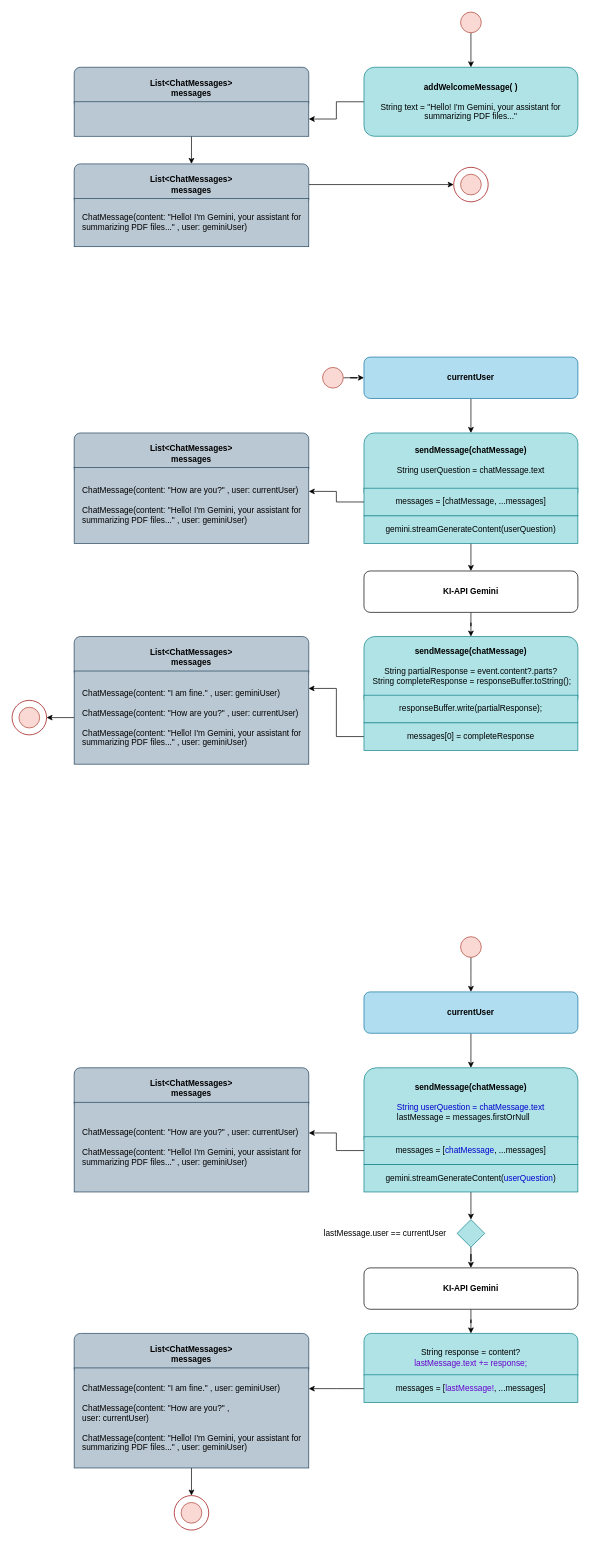
This is Doku/Send-Message.drawio from Zisu32/PDF-Summarizer, a draw.io file, before an edit. Source tidied: cells renumbered, new cells numbered last; positions are measured from the earlier drawing's top-left corner, leaving out a move shared by most shapes. Both pictures are drawn from the tidied source at 69%, with x=0, y=0 at pixel (12, 12).
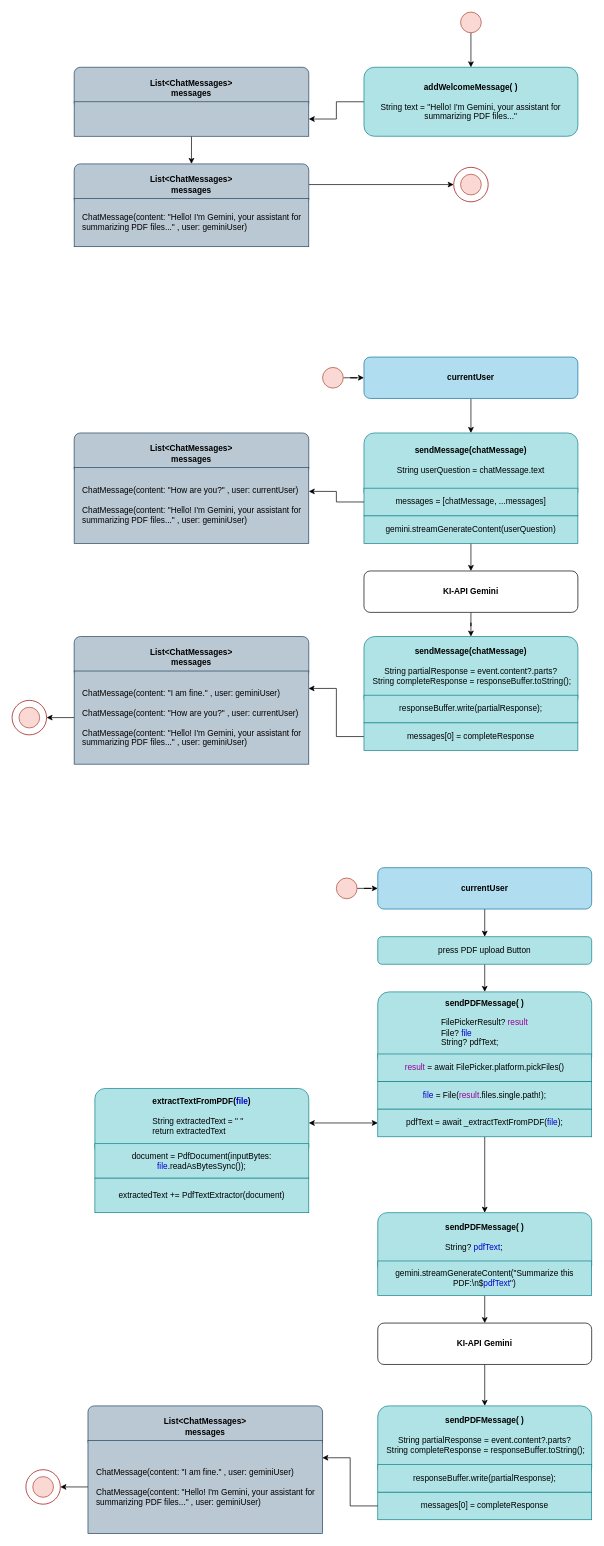
The same page after the edit.

Commit message (it also covers changes not shown here):
fix lastmessage deletion

Diff of the diagram source:
```diff
@@
-    <mxCell id="35" style="ellipse;whiteSpace=wrap;html=1;fillColor=#fad9d5;strokeColor=#ae4132;" parent="1" vertex="1">
-      <mxGeometry x="245" y="2160" width="30" height="30" as="geometry" />
-    </mxCell>
-    <mxCell id="36" style="ellipse;whiteSpace=wrap;html=1;fillColor=none;strokeColor=#990000;" parent="1" vertex="1">
-      <mxGeometry x="235" y="2150" width="50" height="50" as="geometry" />
-    </mxCell>
-    <mxCell id="37" style="edgeStyle=orthogonalEdgeStyle;rounded=0;jettySize=auto;html=1;entryX=0.5;entryY=0;entryDx=0;entryDy=0;" parent="1" edge="1" source="38" target="39">
-      <mxGeometry relative="1" as="geometry" />
-    </mxCell>
+    <mxCell id="59" value="&lt;div style=&quot;text-align: left;&quot;&gt;&lt;font style=&quot;color: rgb(0, 0, 0);&quot;&gt;responseBuffer.write(&lt;font&gt;partialResponse&lt;/font&gt;);&lt;/font&gt;&lt;/div&gt;" style="rounded=0;whiteSpace=wrap;html=1;fillColor=#b0e3e6;strokeColor=#0e8088;" parent="1" vertex="1">
+      <mxGeometry x="510" y="990" width="310" height="40" as="geometry" />
+    </mxCell>
+    <mxCell id="60" style="edgeStyle=orthogonalEdgeStyle;rounded=0;jettySize=auto;html=1;entryX=0.5;entryY=0;entryDx=0;entryDy=0;" parent="1" edge="1" source="38" target="67">
+      <mxGeometry relative="1" as="geometry" />
+    </mxCell>
     <mxCell id="38" value="&lt;div&gt;&lt;b&gt;currentUser&lt;/b&gt;&lt;/div&gt;" style="rounded=1;whiteSpace=wrap;html=1;fillColor=#b1ddf0;strokeColor=#10739e;" parent="1" vertex="1">
-      <mxGeometry x="510" y="1420" width="310" height="60" as="geometry" />
+      <mxGeometry x="530" y="1240" width="310" height="60" as="geometry" />
     </mxCell>
-    <mxCell id="39" value="&lt;div&gt;&lt;b&gt;sendMessage(chatMessage)&lt;br&gt;&lt;/b&gt;&lt;br&gt;&lt;div style=&quot;text-align: left;&quot;&gt;&lt;span style=&quot;background-color: transparent;&quot;&gt;&lt;font style=&quot;color: rgb(0, 0, 204);&quot;&gt;String userQuestion = chatMessage.text&lt;/font&gt;&lt;/span&gt;&lt;/div&gt;&lt;/div&gt;&lt;div style=&quot;text-align: left;&quot;&gt;&lt;span style=&quot;background-color: transparent;&quot;&gt;lastMessage = messages.firstOrNull&lt;/span&gt;&lt;/div&gt;" style="rounded=1;whiteSpace=wrap;html=1;fillColor=#b0e3e6;strokeColor=#0e8088;spacingBottom=20;" parent="1" vertex="1">
-      <mxGeometry x="510" y="1530" width="310" height="120" as="geometry" />
-    </mxCell>
-    <mxCell id="40" style="edgeStyle=orthogonalEdgeStyle;rounded=0;jettySize=auto;html=1;entryX=0.5;entryY=0;entryDx=0;entryDy=0;" parent="1" edge="1" source="41" target="57">
-      <mxGeometry relative="1" as="geometry" />
-    </mxCell>
-    <mxCell id="41" value="gemini.streamGenerateContent(&lt;font style=&quot;color: rgb(0, 0, 204);&quot;&gt;userQuestion&lt;/font&gt;)" style="rounded=0;whiteSpace=wrap;html=1;fillColor=#b0e3e6;strokeColor=#0e8088;" parent="1" vertex="1">
-      <mxGeometry x="510" y="1670" width="310" height="40" as="geometry" />
-    </mxCell>
-    <mxCell id="42" value="&lt;b&gt;List&amp;lt;ChatMessages&amp;gt;&lt;/b&gt;&lt;div&gt;&lt;b&gt;messages&lt;/b&gt;&lt;/div&gt;" style="rounded=1;whiteSpace=wrap;html=1;fillColor=#bac8d3;strokeColor=#23445d;" parent="1" vertex="1">
-      <mxGeometry x="90" y="1915" width="340" height="60" as="geometry" />
-    </mxCell>
-    <mxCell id="43" style="edgeStyle=orthogonalEdgeStyle;rounded=0;jettySize=auto;html=1;entryX=0.5;entryY=0;entryDx=0;entryDy=0;" parent="1" edge="1" source="44" target="36">
-      <mxGeometry relative="1" as="geometry" />
-    </mxCell>
-    <mxCell id="44" value="&lt;div&gt;&lt;span style=&quot;background-color: transparent; color: light-dark(rgb(0, 0, 0), rgb(255, 255, 255));&quot;&gt;ChatMessage(content: &quot;I am fine.&quot; , user: geminiUser)&lt;/span&gt;&lt;/div&gt;&lt;div&gt;&lt;br&gt;&lt;/div&gt;ChatMessage(content: &quot;How are you?&quot; ,&lt;br&gt;user: currentUser)&lt;div&gt;&lt;br&gt;&lt;/div&gt;&lt;div&gt;ChatMessage(content: &quot;Hello! I'm Gemini, your assistant for summarizing PDF files...&quot; , user: geminiUser)&lt;/div&gt;" style="rounded=0;whiteSpace=wrap;html=1;fillColor=#bac8d3;strokeColor=#23445d;align=left;spacingLeft=10;spacingRight=10;" parent="1" vertex="1">
-      <mxGeometry x="90" y="1965" width="340" height="145" as="geometry" />
-    </mxCell>
-    <mxCell id="45" value="&lt;div&gt;&lt;span style=&quot;background-color: transparent; color: light-dark(rgb(0, 0, 0), rgb(255, 255, 255));&quot;&gt;lastMessage.user == currentUser&lt;/span&gt;&lt;/div&gt;" style="text;html=1;align=left;verticalAlign=middle;strokeColor=none;fillColor=none;" parent="1" vertex="1">
-      <mxGeometry x="450" y="1755" width="200" height="30" as="geometry" />
-    </mxCell>
-    <mxCell id="46" value="String response = content?&lt;div&gt;&lt;font style=&quot;color: rgb(102, 0, 204);&quot;&gt;&lt;font style=&quot;color: rgb(102, 0, 204);&quot;&gt;lastMessage&lt;/font&gt;.text += response;&lt;/font&gt;&lt;/div&gt;" style="rounded=1;whiteSpace=wrap;html=1;fillColor=#b0e3e6;strokeColor=#0e8088;" parent="1" vertex="1">
-      <mxGeometry x="510" y="1915" width="310" height="70" as="geometry" />
-    </mxCell>
-    <mxCell id="47" style="edgeStyle=orthogonalEdgeStyle;rounded=0;jettySize=auto;html=1;" parent="1" edge="1" source="48" target="46">
-      <mxGeometry relative="1" as="geometry" />
-    </mxCell>
+    <mxCell id="61" value="&lt;b&gt;sendPDFMessage( )&lt;br&gt;&lt;/b&gt;&lt;br&gt;&lt;div style=&quot;&quot;&gt;&lt;div style=&quot;text-align: justify;&quot;&gt;&lt;span style=&quot;background-color: transparent; color: light-dark(rgb(0, 0, 0), rgb(255, 255, 255));&quot;&gt;FilePickerResult? &lt;/span&gt;&lt;span style=&quot;background-color: transparent;&quot;&gt;&lt;font style=&quot;color: light-dark(rgb(153, 0, 153), rgb(255, 255, 255));&quot;&gt;result&lt;/font&gt;&lt;/span&gt;&lt;/div&gt;&lt;div style=&quot;text-align: justify;&quot;&gt;&lt;span style=&quot;background-color: transparent; color: light-dark(rgb(0, 0, 0), rgb(255, 255, 255));&quot;&gt;File? &lt;/span&gt;&lt;span style=&quot;background-color: transparent;&quot;&gt;&lt;font style=&quot;color: light-dark(rgb(0, 0, 204), rgb(255, 255, 255));&quot;&gt;file&lt;/font&gt;&lt;/span&gt;&lt;/div&gt;&lt;div style=&quot;text-align: justify;&quot;&gt;&lt;span style=&quot;background-color: transparent; color: light-dark(rgb(0, 0, 0), rgb(255, 255, 255));&quot;&gt;String? pdfText;&lt;/span&gt;&lt;/div&gt;&lt;/div&gt;" style="rounded=1;whiteSpace=wrap;html=1;fillColor=#b0e3e6;strokeColor=#0e8088;spacingBottom=20;" parent="1" vertex="1">
+      <mxGeometry x="530" y="1420" width="310" height="110" as="geometry" />
+    </mxCell>
+    <mxCell id="62" value="&lt;font style=&quot;color: rgb(153, 0, 153);&quot;&gt;result &lt;/font&gt;= await FilePicker.platform.pickFiles()" style="rounded=0;whiteSpace=wrap;html=1;fillColor=#b0e3e6;strokeColor=#0e8088;" parent="1" vertex="1">
+      <mxGeometry x="530" y="1510" width="310" height="40" as="geometry" />
+    </mxCell>
+    <mxCell id="63" style="edgeStyle=orthogonalEdgeStyle;rounded=0;jettySize=auto;html=1;" parent="1" edge="1" source="48" target="78">
+      <mxGeometry relative="1" as="geometry" />
+    </mxCell>
     <mxCell id="48" value="KI-API Gemini" style="rounded=1;whiteSpace=wrap;html=1;fontStyle=1;" parent="1" vertex="1">
-      <mxGeometry x="510" y="1820" width="310" height="60" as="geometry" />
+      <mxGeometry x="530" y="1900" width="310" height="60" as="geometry" />
     </mxCell>
-    <mxCell id="49" style="edgeStyle=orthogonalEdgeStyle;rounded=0;jettySize=auto;html=1;entryX=0.5;entryY=0;entryDx=0;entryDy=0;" parent="1" edge="1" source="50">
-      <mxGeometry relative="1" as="geometry">
-        <mxPoint x="665" y="1420" as="targetPoint" />
-      </mxGeometry>
-    </mxCell>
-    <mxCell id="50" style="ellipse;whiteSpace=wrap;html=1;fillColor=#fad9d5;strokeColor=#ae4132;" parent="1" vertex="1">
-      <mxGeometry x="650" y="1340" width="30" height="30" as="geometry" />
-    </mxCell>
-    <mxCell id="51" value="&lt;div style=&quot;text-align: left;&quot;&gt;&lt;span style=&quot;background-color: transparent;&quot;&gt;messages = [&lt;font style=&quot;color: rgb(0, 0, 204);&quot;&gt;chatMessage&lt;/font&gt;, ...messages]&lt;/span&gt;&lt;/div&gt;" style="rounded=0;whiteSpace=wrap;html=1;fillColor=#b0e3e6;strokeColor=#0e8088;" parent="1" vertex="1">
-      <mxGeometry x="510" y="1630" width="310" height="40" as="geometry" />
-    </mxCell>
-    <mxCell id="52" style="edgeStyle=orthogonalEdgeStyle;rounded=0;jettySize=auto;html=1;exitX=0;exitY=0.5;exitDx=0;exitDy=0;" parent="1" edge="1" source="53">
-      <mxGeometry relative="1" as="geometry">
-        <mxPoint x="430" y="1995" as="targetPoint" />
-      </mxGeometry>
-    </mxCell>
-    <mxCell id="53" value="&lt;div style=&quot;text-align: left;&quot;&gt;&lt;span style=&quot;background-color: transparent;&quot;&gt;messages = [&lt;/span&gt;&lt;span style=&quot;color: rgb(102, 0, 204); text-align: center;&quot;&gt;lastMessage!&lt;/span&gt;&lt;span style=&quot;background-color: transparent;&quot;&gt;, ...messages]&lt;/span&gt;&lt;/div&gt;" style="rounded=0;whiteSpace=wrap;html=1;fillColor=#b0e3e6;strokeColor=#0e8088;" parent="1" vertex="1">
-      <mxGeometry x="510" y="1975" width="310" height="40" as="geometry" />
-    </mxCell>
-    <mxCell id="54" value="&lt;b&gt;List&amp;lt;ChatMessages&amp;gt;&lt;/b&gt;&lt;div&gt;&lt;b&gt;messages&lt;/b&gt;&lt;/div&gt;" style="rounded=1;whiteSpace=wrap;html=1;fillColor=#bac8d3;strokeColor=#23445d;" parent="1" vertex="1">
-      <mxGeometry x="90" y="1530" width="340" height="60" as="geometry" />
-    </mxCell>
-    <mxCell id="55" value="&lt;div&gt;&lt;span style=&quot;background-color: transparent; color: light-dark(rgb(0, 0, 0), rgb(255, 255, 255));&quot;&gt;ChatMessage(content: &quot;How are you?&quot; ,&amp;nbsp;&lt;/span&gt;&lt;span style=&quot;background-color: transparent; color: light-dark(rgb(0, 0, 0), rgb(255, 255, 255));&quot;&gt;user: currentUser)&lt;/span&gt;&lt;/div&gt;&lt;div&gt;&lt;br&gt;&lt;/div&gt;&lt;div&gt;ChatMessage(content: &quot;Hello! I'm Gemini, your assistant for summarizing PDF files...&quot; , user: geminiUser)&lt;/div&gt;" style="rounded=0;whiteSpace=wrap;html=1;fillColor=#bac8d3;strokeColor=#23445d;align=left;spacingLeft=10;spacingRight=10;" parent="1" vertex="1">
-      <mxGeometry x="90" y="1580" width="340" height="130" as="geometry" />
-    </mxCell>
-    <mxCell id="56" style="edgeStyle=orthogonalEdgeStyle;rounded=0;jettySize=auto;html=1;entryX=0.5;entryY=0;entryDx=0;entryDy=0;" parent="1" edge="1" source="57" target="48">
-      <mxGeometry relative="1" as="geometry" />
-    </mxCell>
-    <mxCell id="57" style="rhombus;whiteSpace=wrap;html=1;fillColor=#b0e3e6;strokeColor=#0e8088;" parent="1" vertex="1">
-      <mxGeometry x="645" y="1750" width="40" height="40" as="geometry" />
-    </mxCell>
-    <mxCell id="58" style="edgeStyle=orthogonalEdgeStyle;rounded=0;jettySize=auto;html=1;entryX=1;entryY=0.342;entryDx=0;entryDy=0;entryPerimeter=0;" parent="1" edge="1" source="51" target="55">
-      <mxGeometry relative="1" as="geometry" />
-    </mxCell>
-    <mxCell id="59" value="&lt;div style=&quot;text-align: left;&quot;&gt;&lt;font style=&quot;color: rgb(0, 0, 0);&quot;&gt;responseBuffer.write(&lt;font&gt;partialResponse&lt;/font&gt;);&lt;/font&gt;&lt;/div&gt;" style="rounded=0;whiteSpace=wrap;html=1;fillColor=#b0e3e6;strokeColor=#0e8088;" parent="1" vertex="1">
-      <mxGeometry x="510" y="990" width="310" height="40" as="geometry" />
-    </mxCell>
+    <mxCell id="64" style="edgeStyle=orthogonalEdgeStyle;rounded=0;jettySize=auto;html=1;" parent="1" edge="1" source="65" target="38">
+      <mxGeometry relative="1" as="geometry" />
+    </mxCell>
+    <mxCell id="65" style="ellipse;whiteSpace=wrap;html=1;fillColor=#fad9d5;strokeColor=#ae4132;" parent="1" vertex="1">
+      <mxGeometry x="470" y="1255" width="30" height="30" as="geometry" />
+    </mxCell>
+    <mxCell id="66" style="edgeStyle=orthogonalEdgeStyle;rounded=0;jettySize=auto;html=1;entryX=0.5;entryY=0;entryDx=0;entryDy=0;" parent="1" edge="1" source="67" target="61">
+      <mxGeometry relative="1" as="geometry" />
+    </mxCell>
+    <mxCell id="67" value="press PDF upload Button" style="rounded=1;whiteSpace=wrap;html=1;fillColor=#b0e3e6;strokeColor=#0e8088;" parent="1" vertex="1">
+      <mxGeometry x="530" y="1340" width="310" height="40" as="geometry" />
+    </mxCell>
+    <mxCell id="68" value="&lt;font style=&quot;color: rgb(0, 0, 204);&quot;&gt;file &lt;/font&gt;= File(&lt;font style=&quot;color: rgb(153, 0, 153);&quot;&gt;result&lt;/font&gt;.files.single.path!);" style="rounded=0;whiteSpace=wrap;html=1;fillColor=#b0e3e6;strokeColor=#0e8088;" parent="1" vertex="1">
+      <mxGeometry x="530" y="1550" width="310" height="40" as="geometry" />
+    </mxCell>
+    <mxCell id="69" style="edgeStyle=orthogonalEdgeStyle;rounded=0;jettySize=auto;html=1;entryX=1;entryY=0.5;entryDx=0;entryDy=0;startArrow=classic;startFill=1;" parent="1" edge="1" source="71" target="72">
+      <mxGeometry relative="1" as="geometry" />
+    </mxCell>
+    <mxCell id="70" style="edgeStyle=orthogonalEdgeStyle;rounded=0;jettySize=auto;html=1;" parent="1" edge="1" source="71" target="75">
+      <mxGeometry relative="1" as="geometry" />
+    </mxCell>
+    <mxCell id="71" value="pdfText = await _extractTextFromPDF(&lt;font style=&quot;color: rgb(0, 0, 204);&quot;&gt;file&lt;/font&gt;);" style="rounded=0;whiteSpace=wrap;html=1;fillColor=#b0e3e6;strokeColor=#0e8088;" parent="1" vertex="1">
+      <mxGeometry x="530" y="1590" width="310" height="40" as="geometry" />
+    </mxCell>
+    <mxCell id="72" value="&lt;font style=&quot;color: rgb(0, 0, 0);&quot;&gt;&lt;font&gt;&lt;b&gt;extractTextFromPDF(&lt;font style=&quot;color: rgb(0, 0, 204);&quot;&gt;file&lt;/font&gt;)&lt;/b&gt;&lt;br&gt;&lt;/font&gt;&lt;br&gt;&lt;/font&gt;&lt;div style=&quot;&quot;&gt;&lt;div style=&quot;text-align: justify;&quot;&gt;&lt;font style=&quot;color: rgb(0, 0, 0);&quot;&gt;String extractedText = &quot; &quot;&lt;/font&gt;&lt;/div&gt;&lt;div style=&quot;text-align: justify;&quot;&gt;&lt;font style=&quot;color: rgb(0, 0, 0);&quot;&gt;return&amp;nbsp;&lt;/font&gt;&lt;span style=&quot;background-color: transparent; color: light-dark(rgb(0, 0, 0), rgb(255, 255, 255));&quot;&gt;extractedText&lt;/span&gt;&lt;span style=&quot;background-color: transparent; color: light-dark(rgb(0, 0, 0), rgb(255, 255, 255));&quot;&gt;&amp;nbsp;&lt;/span&gt;&lt;/div&gt;&lt;/div&gt;" style="rounded=1;whiteSpace=wrap;html=1;fillColor=#b0e3e6;strokeColor=#0e8088;spacingBottom=20;" parent="1" vertex="1">
+      <mxGeometry x="120" y="1560" width="310" height="100" as="geometry" />
+    </mxCell>
+    <mxCell id="73" value="&lt;font&gt;document = PdfDocument(inputBytes: &lt;font style=&quot;color: rgb(0, 0, 204);&quot;&gt;file&lt;/font&gt;.readAsBytesSync());&lt;/font&gt;" style="rounded=0;whiteSpace=wrap;html=1;fillColor=#b0e3e6;strokeColor=#0e8088;" parent="1" vertex="1">
+      <mxGeometry x="120" y="1640" width="310" height="50" as="geometry" />
+    </mxCell>
+    <mxCell id="74" value="extractedText += PdfTextExtractor(document)" style="rounded=0;whiteSpace=wrap;html=1;fillColor=#b0e3e6;strokeColor=#0e8088;" parent="1" vertex="1">
+      <mxGeometry x="120" y="1690" width="310" height="50" as="geometry" />
+    </mxCell>
+    <mxCell id="75" value="&lt;b&gt;sendPDFMessage( )&lt;br&gt;&lt;/b&gt;&lt;br&gt;&lt;div style=&quot;&quot;&gt;&lt;div style=&quot;text-align: justify;&quot;&gt;&lt;span style=&quot;background-color: transparent; color: light-dark(rgb(0, 0, 0), rgb(255, 255, 255));&quot;&gt;String? &lt;/span&gt;&lt;span style=&quot;background-color: transparent;&quot;&gt;&lt;font style=&quot;color: light-dark(rgb(0, 0, 204), rgb(255, 255, 255));&quot;&gt;pdfText&lt;/font&gt;&lt;/span&gt;&lt;span style=&quot;background-color: transparent; color: light-dark(rgb(0, 0, 0), rgb(255, 255, 255));&quot;&gt;;&lt;/span&gt;&lt;/div&gt;&lt;/div&gt;" style="rounded=1;whiteSpace=wrap;html=1;fillColor=#b0e3e6;strokeColor=#0e8088;spacingBottom=20;" parent="1" vertex="1">
+      <mxGeometry x="530" y="1740" width="310" height="90" as="geometry" />
+    </mxCell>
+    <mxCell id="76" style="edgeStyle=orthogonalEdgeStyle;rounded=0;jettySize=auto;html=1;" parent="1" edge="1" source="77" target="48">
+      <mxGeometry relative="1" as="geometry" />
+    </mxCell>
+    <mxCell id="77" value="gemini.streamGenerateContent(&quot;Summarize this PDF:\n$&lt;font style=&quot;color: rgb(0, 0, 204);&quot;&gt;pdfText&lt;/font&gt;&quot;)" style="rounded=0;whiteSpace=wrap;html=1;fillColor=#b0e3e6;strokeColor=#0e8088;" parent="1" vertex="1">
+      <mxGeometry x="530" y="1810" width="310" height="50" as="geometry" />
+    </mxCell>
+    <mxCell id="78" value="&lt;b&gt;sendPDFMessage( )&lt;/b&gt;&lt;div&gt;&lt;b&gt;&lt;br&gt;&lt;/b&gt;&lt;div&gt;&lt;font&gt;&lt;font style=&quot;color: rgb(0, 0, 0);&quot;&gt;String partialResponse = event.content?.parts?&lt;/font&gt;&lt;/font&gt;&lt;/div&gt;&lt;div&gt;&lt;font&gt;&lt;font&gt;&lt;font style=&quot;color: rgb(0, 0, 0);&quot;&gt;&amp;nbsp;String completeResponse = responseBuffer.toString();&lt;/font&gt;&lt;/font&gt;&lt;/font&gt;&lt;/div&gt;&lt;/div&gt;" style="rounded=1;whiteSpace=wrap;html=1;fillColor=#b0e3e6;strokeColor=#0e8088;spacingBottom=20;" parent="1" vertex="1">
+      <mxGeometry x="530" y="2020" width="310" height="105" as="geometry" />
+    </mxCell>
+    <mxCell id="79" value="&lt;div style=&quot;text-align: left;&quot;&gt;&lt;font style=&quot;&quot;&gt;&lt;span style=&quot;background-color: transparent;&quot;&gt;messages[0] =&amp;nbsp;&lt;/span&gt;&lt;span style=&quot;background-color: transparent; text-align: center;&quot;&gt;completeResponse&lt;/span&gt;&lt;/font&gt;&lt;/div&gt;" style="rounded=0;whiteSpace=wrap;html=1;fillColor=#b0e3e6;strokeColor=#0e8088;fontColor=#000000;" parent="1" vertex="1">
+      <mxGeometry x="530" y="2145" width="310" height="40" as="geometry" />
+    </mxCell>
+    <mxCell id="80" value="&lt;div style=&quot;text-align: left;&quot;&gt;&lt;font style=&quot;color: rgb(0, 0, 0);&quot;&gt;responseBuffer.write(&lt;font&gt;partialResponse&lt;/font&gt;);&lt;/font&gt;&lt;/div&gt;" style="rounded=0;whiteSpace=wrap;html=1;fillColor=#b0e3e6;strokeColor=#0e8088;" parent="1" vertex="1">
+      <mxGeometry x="530" y="2105" width="310" height="40" as="geometry" />
+    </mxCell>
+    <mxCell id="81" style="ellipse;whiteSpace=wrap;html=1;fillColor=#fad9d5;strokeColor=#ae4132;" parent="1" vertex="1">
+      <mxGeometry x="30" y="2122.5" width="30" height="30" as="geometry" />
+    </mxCell>
+    <mxCell id="82" style="ellipse;whiteSpace=wrap;html=1;fillColor=none;strokeColor=#990000;" parent="1" vertex="1">
+      <mxGeometry x="20" y="2112.5" width="50" height="50" as="geometry" />
+    </mxCell>
+    <mxCell id="83" value="&lt;b&gt;List&amp;lt;ChatMessages&amp;gt;&lt;/b&gt;&lt;div&gt;&lt;b&gt;messages&lt;/b&gt;&lt;/div&gt;" style="rounded=1;whiteSpace=wrap;html=1;fillColor=#bac8d3;strokeColor=#23445d;" parent="1" vertex="1">
+      <mxGeometry x="110" y="2020" width="340" height="60" as="geometry" />
+    </mxCell>
+    <mxCell id="84" style="edgeStyle=orthogonalEdgeStyle;rounded=0;jettySize=auto;html=1;entryX=1;entryY=0.5;entryDx=0;entryDy=0;" parent="1" edge="1" source="85" target="82">
+      <mxGeometry relative="1" as="geometry" />
+    </mxCell>
+    <mxCell id="85" value="&lt;div&gt;&lt;span style=&quot;background-color: transparent; color: light-dark(rgb(0, 0, 0), rgb(255, 255, 255));&quot;&gt;ChatMessage(content: &quot;I am fine.&quot; , user: geminiUser)&lt;/span&gt;&lt;/div&gt;&lt;div&gt;&lt;br&gt;&lt;/div&gt;&lt;div&gt;ChatMessage(content: &quot;Hello! I'm Gemini, your assistant for summarizing PDF files...&quot; , user: geminiUser)&lt;/div&gt;" style="rounded=0;whiteSpace=wrap;html=1;fillColor=#bac8d3;strokeColor=#23445d;align=left;spacingLeft=10;spacingRight=10;" parent="1" vertex="1">
+      <mxGeometry x="110" y="2070" width="340" height="135" as="geometry" />
+    </mxCell>
+    <mxCell id="86" style="edgeStyle=orthogonalEdgeStyle;rounded=0;jettySize=auto;html=1;entryX=0.999;entryY=0.187;entryDx=0;entryDy=0;entryPerimeter=0;exitX=0;exitY=0.5;exitDx=0;exitDy=0;" parent="1" edge="1" source="79" target="85">
+      <mxGeometry relative="1" as="geometry" />
+    </mxCell>
```
